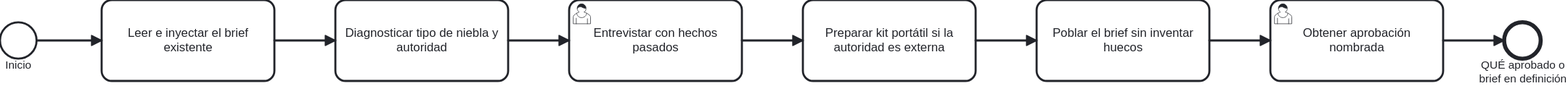
Before: docs/atlas/render/11-descubre-as-is.svg, a diagram exported from BPMN (ArmandoMedina/jidoka). Its source is kept beside it as docs/atlas/10-ritual/11-descubre-as-is.bpmn. Ids are renumbered.
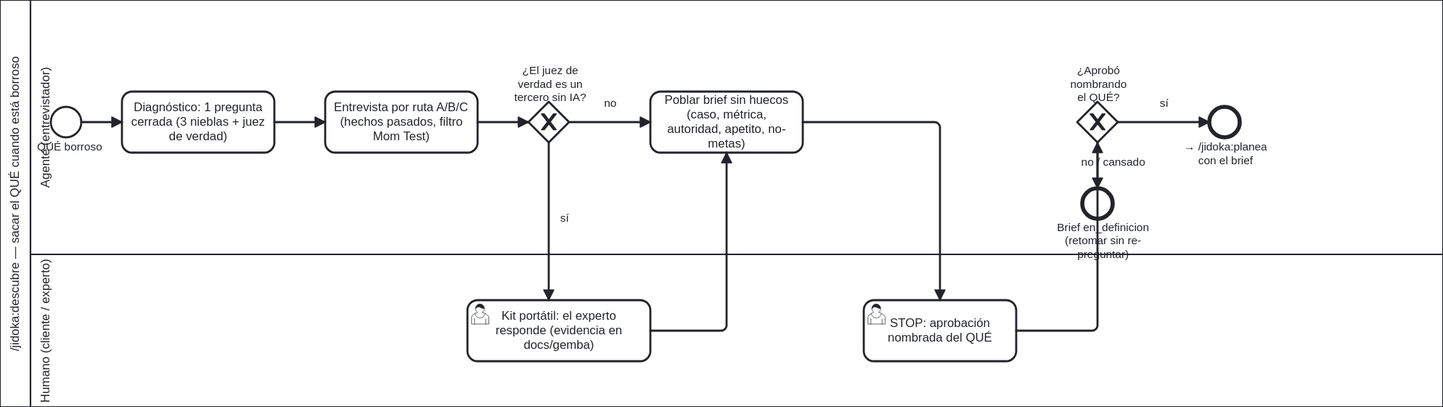
After the commit.

The edit, as a diff of the source:
```diff
@@ -1,97 +1,164 @@
-<bpmn:definitions xmlns:bpmn="http://www.omg.org/spec/BPMN/20100524/MODEL" xmlns:bpmndi="http://www.omg.org/spec/BPMN/20100524/DI" xmlns:dc="http://www.omg.org/spec/DD/20100524/DC" xmlns:di="http://www.omg.org/spec/DD/20100524/DI" xmlns:xsi="http://www.w3.org/2001/XMLSchema-instance" id="Definitions_11_Descubre" targetNamespace="https://github.com/ArmandoMedina/jidoka/process-atlas" exporter="OpenAI BPMN Atlas Generator" exporterVersion="0.2" xmlns:modeler="http://camunda.org/schema/modeler/1.0" modeler:executionPlatform="Camunda Platform" modeler:executionPlatformVersion="7.18.0">
-  <bpmn:process id="Process_Descubre" name="/jidoka:descubre — descubrir el QUÉ" isExecutable="false">
-    <bpmn:documentation>Fuente: .claude/commands/jidoka/descubre.md</bpmn:documentation>
-    <bpmn:startEvent id="Start" name="Inicio">
-      <bpmn:outgoing>F_Start_Task_Inyectar</bpmn:outgoing>
+<bpmn:definitions xmlns:bpmn="http://www.omg.org/spec/BPMN/20100524/MODEL" xmlns:bpmndi="http://www.omg.org/spec/BPMN/20100524/DI" xmlns:dc="http://www.omg.org/spec/DD/20100524/DC" xmlns:di="http://www.omg.org/spec/DD/20100524/DI" xmlns:xsi="http://www.w3.org/2001/XMLSchema-instance" id="Definitions_11_Descubre" targetNamespace="https://github.com/ArmandoMedina/jidoka/process-atlas" exporter="Jidoka Atlas" exporterVersion="0.3" xmlns:modeler="http://camunda.org/schema/modeler/1.0" modeler:executionPlatform="Camunda Platform" modeler:executionPlatformVersion="7.18.0">
+  <bpmn:collaboration id="Collab_Descubre">
+    <bpmn:participant id="Pool_Descubre" name="/jidoka:descubre — sacar el QUÉ cuando está borroso" processRef="Process_Descubre"/>
+  </bpmn:collaboration>
+  <bpmn:process id="Process_Descubre" name="/jidoka:descubre — entrevista de descubrimiento" isExecutable="false">
+    <bpmn:documentation>Fuente: .claude/commands/jidoka/descubre.md. Carriles: el Agente entrevista y estructura; el Humano (cliente/experto) aporta hechos y aprueba con nombre.</bpmn:documentation>
+    <bpmn:laneSet id="LaneSet_Descubre">
+      <bpmn:lane id="Lane_Agente" name="Agente (entrevistador)">
+        <bpmn:flowNodeRef>Start</bpmn:flowNodeRef>
+        <bpmn:flowNodeRef>T_Diagnostico</bpmn:flowNodeRef>
+        <bpmn:flowNodeRef>T_Entrevista</bpmn:flowNodeRef>
+        <bpmn:flowNodeRef>Gw_Juez</bpmn:flowNodeRef>
+        <bpmn:flowNodeRef>T_Brief</bpmn:flowNodeRef>
+        <bpmn:flowNodeRef>Gw_Aprob</bpmn:flowNodeRef>
+        <bpmn:flowNodeRef>End_Planea</bpmn:flowNodeRef>
+        <bpmn:flowNodeRef>End_Definicion</bpmn:flowNodeRef>
+      </bpmn:lane>
+      <bpmn:lane id="Lane_Humano" name="Humano (cliente / experto)">
+        <bpmn:flowNodeRef>U_Experto</bpmn:flowNodeRef>
+        <bpmn:flowNodeRef>U_Aprobar</bpmn:flowNodeRef>
+      </bpmn:lane>
+    </bpmn:laneSet>
+    <bpmn:startEvent id="Start" name="QUÉ borroso">
+      <bpmn:outgoing>f1</bpmn:outgoing>
     </bpmn:startEvent>
-    <bpmn:task id="Task_Inyectar" name="Leer e inyectar el brief existente">
-      <bpmn:incoming>F_Start_Task_Inyectar</bpmn:incoming>
-      <bpmn:outgoing>F_Task_Inyectar_Task_Diagnosticar</bpmn:outgoing>
+    <bpmn:task id="T_Diagnostico" name="Diagnóstico: 1 pregunta cerrada (3 nieblas + juez de verdad)">
+      <bpmn:incoming>f1</bpmn:incoming>
+      <bpmn:outgoing>f2</bpmn:outgoing>
     </bpmn:task>
-    <bpmn:sequenceFlow id="F_Start_Task_Inyectar" sourceRef="Start" targetRef="Task_Inyectar"/>
-    <bpmn:task id="Task_Diagnosticar" name="Diagnosticar tipo de niebla y autoridad">
-      <bpmn:incoming>F_Task_Inyectar_Task_Diagnosticar</bpmn:incoming>
-      <bpmn:outgoing>F_Task_Diagnosticar_Task_Entrevistar</bpmn:outgoing>
+    <bpmn:task id="T_Entrevista" name="Entrevista por ruta A/B/C (hechos pasados, filtro Mom Test)">
+      <bpmn:incoming>f2</bpmn:incoming>
+      <bpmn:outgoing>f3</bpmn:outgoing>
     </bpmn:task>
-    <bpmn:sequenceFlow id="F_Task_Inyectar_Task_Diagnosticar" sourceRef="Task_Inyectar" targetRef="Task_Diagnosticar"/>
-    <bpmn:userTask id="Task_Entrevistar" name="Entrevistar con hechos pasados">
-      <bpmn:incoming>F_Task_Diagnosticar_Task_Entrevistar</bpmn:incoming>
-      <bpmn:outgoing>F_Task_Entrevistar_Task_Kit</bpmn:outgoing>
+    <bpmn:exclusiveGateway id="Gw_Juez" name="¿El juez de verdad es un tercero sin IA?">
+      <bpmn:incoming>f3</bpmn:incoming>
+      <bpmn:outgoing>f_si_juez</bpmn:outgoing>
+      <bpmn:outgoing>f_no_juez</bpmn:outgoing>
+    </bpmn:exclusiveGateway>
+    <bpmn:userTask id="U_Experto" name="Kit portátil: el experto responde (evidencia en docs/gemba)">
+      <bpmn:incoming>f_si_juez</bpmn:incoming>
+      <bpmn:outgoing>f_exp_brief</bpmn:outgoing>
     </bpmn:userTask>
-    <bpmn:sequenceFlow id="F_Task_Diagnosticar_Task_Entrevistar" sourceRef="Task_Diagnosticar" targetRef="Task_Entrevistar"/>
-    <bpmn:task id="Task_Kit" name="Preparar kit portátil si la autoridad es externa">
-      <bpmn:incoming>F_Task_Entrevistar_Task_Kit</bpmn:incoming>
-      <bpmn:outgoing>F_Task_Kit_Task_Poblar</bpmn:outgoing>
+    <bpmn:task id="T_Brief" name="Poblar brief sin huecos (caso, métrica, autoridad, apetito, no-metas)">
+      <bpmn:incoming>f_no_juez</bpmn:incoming>
+      <bpmn:incoming>f_exp_brief</bpmn:incoming>
+      <bpmn:outgoing>f_brief_aprob</bpmn:outgoing>
     </bpmn:task>
-    <bpmn:sequenceFlow id="F_Task_Entrevistar_Task_Kit" sourceRef="Task_Entrevistar" targetRef="Task_Kit"/>
-    <bpmn:task id="Task_Poblar" name="Poblar el brief sin inventar huecos">
-      <bpmn:incoming>F_Task_Kit_Task_Poblar</bpmn:incoming>
-      <bpmn:outgoing>F_Task_Poblar_Task_Aprobar</bpmn:outgoing>
-    </bpmn:task>
-    <bpmn:sequenceFlow id="F_Task_Kit_Task_Poblar" sourceRef="Task_Kit" targetRef="Task_Poblar"/>
-    <bpmn:userTask id="Task_Aprobar" name="Obtener aprobación nombrada">
-      <bpmn:incoming>F_Task_Poblar_Task_Aprobar</bpmn:incoming>
-      <bpmn:outgoing>F_Task_Aprobar_End</bpmn:outgoing>
+    <bpmn:userTask id="U_Aprobar" name="STOP: aprobación nombrada del QUÉ">
+      <bpmn:incoming>f_brief_aprob</bpmn:incoming>
+      <bpmn:outgoing>f_aprob_gw</bpmn:outgoing>
     </bpmn:userTask>
-    <bpmn:sequenceFlow id="F_Task_Poblar_Task_Aprobar" sourceRef="Task_Poblar" targetRef="Task_Aprobar"/>
-    <bpmn:endEvent id="End" name="QUÉ aprobado o brief en definición">
-      <bpmn:incoming>F_Task_Aprobar_End</bpmn:incoming>
+    <bpmn:exclusiveGateway id="Gw_Aprob" name="¿Aprobó nombrando el QUÉ?">
+      <bpmn:incoming>f_aprob_gw</bpmn:incoming>
+      <bpmn:outgoing>f_si_aprob</bpmn:outgoing>
+      <bpmn:outgoing>f_no_aprob</bpmn:outgoing>
+    </bpmn:exclusiveGateway>
+    <bpmn:endEvent id="End_Planea" name="→ /jidoka:planea con el brief">
+      <bpmn:incoming>f_si_aprob</bpmn:incoming>
     </bpmn:endEvent>
-    <bpmn:sequenceFlow id="F_Task_Aprobar_End" sourceRef="Task_Aprobar" targetRef="End"/>
+    <bpmn:endEvent id="End_Definicion" name="Brief en_definicion (retomar sin re-preguntar)">
+      <bpmn:incoming>f_no_aprob</bpmn:incoming>
+    </bpmn:endEvent>
+    <bpmn:sequenceFlow id="f1" sourceRef="Start" targetRef="T_Diagnostico"/>
+    <bpmn:sequenceFlow id="f2" sourceRef="T_Diagnostico" targetRef="T_Entrevista"/>
+    <bpmn:sequenceFlow id="f3" sourceRef="T_Entrevista" targetRef="Gw_Juez"/>
+    <bpmn:sequenceFlow id="f_si_juez" name="sí" sourceRef="Gw_Juez" targetRef="U_Experto"/>
+    <bpmn:sequenceFlow id="f_no_juez" name="no" sourceRef="Gw_Juez" targetRef="T_Brief"/>
+    <bpmn:sequenceFlow id="f_exp_brief" sourceRef="U_Experto" targetRef="T_Brief"/>
+    <bpmn:sequenceFlow id="f_brief_aprob" sourceRef="T_Brief" targetRef="U_Aprobar"/>
+    <bpmn:sequenceFlow id="f_aprob_gw" sourceRef="U_Aprobar" targetRef="Gw_Aprob"/>
+    <bpmn:sequenceFlow id="f_si_aprob" name="sí" sourceRef="Gw_Aprob" targetRef="End_Planea"/>
+    <bpmn:sequenceFlow id="f_no_aprob" name="no / cansado" sourceRef="Gw_Aprob" targetRef="End_Definicion"/>
   </bpmn:process>
   <bpmndi:BPMNDiagram id="Diagram_11_Descubre">
-    <bpmndi:BPMNPlane id="Plane_Diagram_11_Descubre" bpmnElement="Process_Descubre">
-      <bpmndi:BPMNShape id="Shape_Start" bpmnElement="Start">
-        <dc:Bounds x="80" y="220" width="36" height="36"/>
+    <bpmndi:BPMNPlane id="Plane_11_Descubre" bpmnElement="Collab_Descubre">
+      <bpmndi:BPMNShape id="S_Pool" bpmnElement="Pool_Descubre" isHorizontal="true">
+        <dc:Bounds x="160" y="80" width="1420" height="400"/>
       </bpmndi:BPMNShape>
-      <bpmndi:BPMNShape id="Shape_Task_Inyectar" bpmnElement="Task_Inyectar">
-        <dc:Bounds x="180" y="198" width="170" height="80"/>
+      <bpmndi:BPMNShape id="S_LaneA" bpmnElement="Lane_Agente" isHorizontal="true">
+        <dc:Bounds x="190" y="80" width="1390" height="250"/>
       </bpmndi:BPMNShape>
-      <bpmndi:BPMNEdge id="Edge_F_Start_Task_Inyectar" bpmnElement="F_Start_Task_Inyectar">
-        <di:waypoint x="116" y="238"/>
-        <di:waypoint x="180" y="238"/>
+      <bpmndi:BPMNShape id="S_LaneH" bpmnElement="Lane_Humano" isHorizontal="true">
+        <dc:Bounds x="190" y="330" width="1390" height="150"/>
+      </bpmndi:BPMNShape>
+      <bpmndi:BPMNShape id="S_Start" bpmnElement="Start">
+        <dc:Bounds x="210" y="185" width="30" height="30"/>
+        <bpmndi:BPMNLabel><dc:Bounds x="198" y="218" width="60" height="14"/></bpmndi:BPMNLabel>
+      </bpmndi:BPMNShape>
+      <bpmndi:BPMNShape id="S_TDiagnostico" bpmnElement="T_Diagnostico">
+        <dc:Bounds x="280" y="170" width="150" height="60"/>
+      </bpmndi:BPMNShape>
+      <bpmndi:BPMNShape id="S_TEntrevista" bpmnElement="T_Entrevista">
+        <dc:Bounds x="480" y="170" width="150" height="60"/>
+      </bpmndi:BPMNShape>
+      <bpmndi:BPMNShape id="S_GwJuez" bpmnElement="Gw_Juez" isMarkerVisible="true">
+        <dc:Bounds x="680" y="180" width="40" height="40"/>
+        <bpmndi:BPMNLabel><dc:Bounds x="665" y="143" width="72" height="27"/></bpmndi:BPMNLabel>
+      </bpmndi:BPMNShape>
+      <bpmndi:BPMNShape id="S_UExperto" bpmnElement="U_Experto">
+        <dc:Bounds x="620" y="375" width="180" height="60"/>
+      </bpmndi:BPMNShape>
+      <bpmndi:BPMNShape id="S_TBrief" bpmnElement="T_Brief">
+        <dc:Bounds x="800" y="170" width="150" height="60"/>
+      </bpmndi:BPMNShape>
+      <bpmndi:BPMNShape id="S_UAprobar" bpmnElement="U_Aprobar">
+        <dc:Bounds x="1010" y="375" width="150" height="60"/>
+      </bpmndi:BPMNShape>
+      <bpmndi:BPMNShape id="S_GwAprob" bpmnElement="Gw_Aprob" isMarkerVisible="true">
+        <dc:Bounds x="1220" y="180" width="40" height="40"/>
+        <bpmndi:BPMNLabel><dc:Bounds x="1205" y="143" width="72" height="27"/></bpmndi:BPMNLabel>
+      </bpmndi:BPMNShape>
+      <bpmndi:BPMNShape id="S_EndPlanea" bpmnElement="End_Planea">
+        <dc:Bounds x="1350" y="185" width="30" height="30"/>
+        <bpmndi:BPMNLabel><dc:Bounds x="1320" y="218" width="92" height="27"/></bpmndi:BPMNLabel>
+      </bpmndi:BPMNShape>
+      <bpmndi:BPMNShape id="S_EndDefinicion" bpmnElement="End_Definicion">
+        <dc:Bounds x="1225" y="265" width="30" height="30"/>
+        <bpmndi:BPMNLabel><dc:Bounds x="1195" y="297" width="100" height="27"/></bpmndi:BPMNLabel>
+      </bpmndi:BPMNShape>
+      <bpmndi:BPMNEdge id="E_f1" bpmnElement="f1">
+        <di:waypoint x="240" y="200"/>
+        <di:waypoint x="280" y="200"/>
       </bpmndi:BPMNEdge>
-      <bpmndi:BPMNShape id="Shape_Task_Diagnosticar" bpmnElement="Task_Diagnosticar">
-        <dc:Bounds x="410" y="198" width="170" height="80"/>
-      </bpmndi:BPMNShape>
-      <bpmndi:BPMNEdge id="Edge_F_Task_Inyectar_Task_Diagnosticar" bpmnElement="F_Task_Inyectar_Task_Diagnosticar">
-        <di:waypoint x="350" y="238"/>
-        <di:waypoint x="410" y="238"/>
+      <bpmndi:BPMNEdge id="E_f2" bpmnElement="f2">
+        <di:waypoint x="430" y="200"/>
+        <di:waypoint x="480" y="200"/>
       </bpmndi:BPMNEdge>
-      <bpmndi:BPMNShape id="Shape_Task_Entrevistar" bpmnElement="Task_Entrevistar">
-        <dc:Bounds x="640" y="198" width="170" height="80"/>
-      </bpmndi:BPMNShape>
-      <bpmndi:BPMNEdge id="Edge_F_Task_Diagnosticar_Task_Entrevistar" bpmnElement="F_Task_Diagnosticar_Task_Entrevistar">
-        <di:waypoint x="580" y="238"/>
-        <di:waypoint x="640" y="238"/>
+      <bpmndi:BPMNEdge id="E_f3" bpmnElement="f3">
+        <di:waypoint x="630" y="200"/>
+        <di:waypoint x="680" y="200"/>
       </bpmndi:BPMNEdge>
-      <bpmndi:BPMNShape id="Shape_Task_Kit" bpmnElement="Task_Kit">
-        <dc:Bounds x="870" y="198" width="170" height="80"/>
-      </bpmndi:BPMNShape>
-      <bpmndi:BPMNEdge id="Edge_F_Task_Entrevistar_Task_Kit" bpmnElement="F_Task_Entrevistar_Task_Kit">
-        <di:waypoint x="810" y="238"/>
-        <di:waypoint x="870" y="238"/>
+      <bpmndi:BPMNEdge id="E_f_si_juez" bpmnElement="f_si_juez">
+        <di:waypoint x="700" y="220"/>
+        <di:waypoint x="700" y="375"/>
       </bpmndi:BPMNEdge>
-      <bpmndi:BPMNShape id="Shape_Task_Poblar" bpmnElement="Task_Poblar">
-        <dc:Bounds x="1100" y="198" width="170" height="80"/>
-      </bpmndi:BPMNShape>
-      <bpmndi:BPMNEdge id="Edge_F_Task_Kit_Task_Poblar" bpmnElement="F_Task_Kit_Task_Poblar">
-        <di:waypoint x="1040" y="238"/>
-        <di:waypoint x="1100" y="238"/>
+      <bpmndi:BPMNEdge id="E_f_no_juez" bpmnElement="f_no_juez">
+        <di:waypoint x="720" y="200"/>
+        <di:waypoint x="800" y="200"/>
       </bpmndi:BPMNEdge>
-      <bpmndi:BPMNShape id="Shape_Task_Aprobar" bpmnElement="Task_Aprobar">
-        <dc:Bounds x="1330" y="198" width="170" height="80"/>
-      </bpmndi:BPMNShape>
-      <bpmndi:BPMNEdge id="Edge_F_Task_Poblar_Task_Aprobar" bpmnElement="F_Task_Poblar_Task_Aprobar">
-        <di:waypoint x="1270" y="238"/>
-        <di:waypoint x="1330" y="238"/>
+      <bpmndi:BPMNEdge id="E_f_exp_brief" bpmnElement="f_exp_brief">
+        <di:waypoint x="800" y="405"/>
+        <di:waypoint x="875" y="405"/>
+        <di:waypoint x="875" y="230"/>
       </bpmndi:BPMNEdge>
-      <bpmndi:BPMNShape id="Shape_End" bpmnElement="End">
-        <dc:Bounds x="1560" y="220" width="36" height="36"/>
-      </bpmndi:BPMNShape>
-      <bpmndi:BPMNEdge id="Edge_F_Task_Aprobar_End" bpmnElement="F_Task_Aprobar_End">
-        <di:waypoint x="1500" y="238"/>
-        <di:waypoint x="1560" y="238"/>
+      <bpmndi:BPMNEdge id="E_f_brief_aprob" bpmnElement="f_brief_aprob">
+        <di:waypoint x="950" y="200"/>
+        <di:waypoint x="1085" y="200"/>
+        <di:waypoint x="1085" y="375"/>
+      </bpmndi:BPMNEdge>
+      <bpmndi:BPMNEdge id="E_f_aprob_gw" bpmnElement="f_aprob_gw">
+        <di:waypoint x="1160" y="405"/>
+        <di:waypoint x="1240" y="405"/>
+        <di:waypoint x="1240" y="220"/>
+      </bpmndi:BPMNEdge>
+      <bpmndi:BPMNEdge id="E_f_si_aprob" bpmnElement="f_si_aprob">
+        <di:waypoint x="1260" y="200"/>
+        <di:waypoint x="1350" y="200"/>
+      </bpmndi:BPMNEdge>
+      <bpmndi:BPMNEdge id="E_f_no_aprob" bpmnElement="f_no_aprob">
+        <di:waypoint x="1240" y="220"/>
+        <di:waypoint x="1240" y="265"/>
       </bpmndi:BPMNEdge>
     </bpmndi:BPMNPlane>
   </bpmndi:BPMNDiagram>
```
